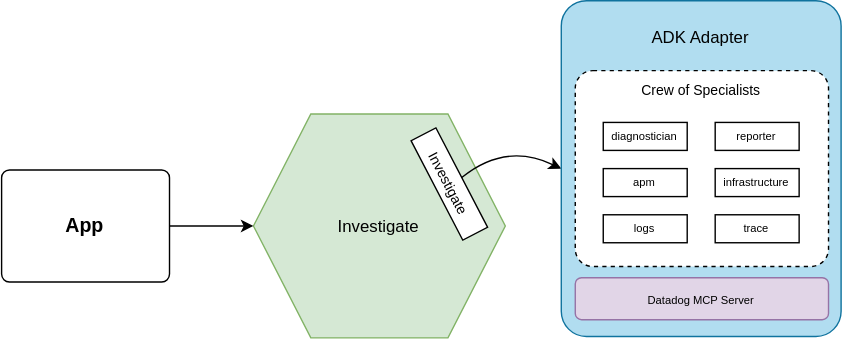
This is docs/diagrams/investigation.drawio.svg from EduardoFLima/alert-triage, a draw.io export, as it was before one commit. Source tidied: cells renumbered, new cells last; positions are measured from the earlier drawing's top-left corner, leaving out a move shared by most shapes. Source of this version:
```xml
<mxGraphModel>
  <root>
    <mxCell id="0" />
    <mxCell id="1" parent="0" />
    <mxCell id="2" value="Investigate" style="shape=hexagon;perimeter=hexagonPerimeter2;whiteSpace=wrap;html=1;shapeInside=1;fixedSize=1;size=41;fillColor=#d5e8d4;strokeColor=#82b366;" parent="1" vertex="1">
      <mxGeometry x="180" y="81" width="180" height="160" as="geometry" />
    </mxCell>
    <mxCell id="3" value="Investigate" style="rounded=1;whiteSpace=wrap;html=1;arcSize=0;rotation=62.5;fontSize=10;" parent="1" vertex="1">
      <mxGeometry x="280" y="121" width="80" height="20" as="geometry" />
    </mxCell>
    <mxCell id="4" style="rounded=0;jettySize=auto;html=1;exitX=0.5;exitY=0;exitDx=0;exitDy=0;entryX=0;entryY=0.5;entryDx=0;entryDy=0;curved=1;" parent="1" edge="1" source="3" target="8">
      <mxGeometry relative="1" as="geometry">
        <Array as="points">
          <mxPoint x="360" y="101" />
        </Array>
      </mxGeometry>
    </mxCell>
    <mxCell id="5" style="edgeStyle=orthogonalEdgeStyle;rounded=0;jettySize=auto;html=1;entryX=0;entryY=0.5;entryDx=0;entryDy=0;" parent="1" edge="1" source="6" target="2">
      <mxGeometry relative="1" as="geometry" />
    </mxCell>
    <mxCell id="6" value="&lt;span style=&quot;font-size: 14px;&quot;&gt;&lt;b&gt;App&lt;/b&gt;&lt;/span&gt;" style="rounded=1;whiteSpace=wrap;html=1;arcSize=7;" parent="1" vertex="1">
      <mxGeometry y="121" width="120" height="80" as="geometry" />
    </mxCell>
    <mxCell id="7" style="group;" parent="1" vertex="1">
      <mxGeometry x="400" width="200" height="240" as="geometry" />
    </mxCell>
    <mxCell id="8" value="ADK Adapter" style="rounded=1;whiteSpace=wrap;html=1;rotation=0;arcSize=9;verticalAlign=top;spacingTop=15;spacing=0;fillColor=#b1ddf0;strokeColor=#10739e;" parent="7" vertex="1">
      <mxGeometry width="200" height="240" as="geometry" />
    </mxCell>
    <mxCell id="9" value="&lt;span style=&quot;font-size: 10px;&quot;&gt;Crew of Specialists&lt;/span&gt;" style="rounded=1;whiteSpace=wrap;html=1;rotation=0;arcSize=9;verticalAlign=top;spacingTop=2;spacing=0;dashed=1;" parent="7" vertex="1">
      <mxGeometry x="10" y="50" width="181" height="140" as="geometry" />
    </mxCell>
    <mxCell id="10" value="diagnostician" style="rounded=0;whiteSpace=wrap;html=1;fontSize=8;" parent="7" vertex="1">
      <mxGeometry x="30" y="87" width="60" height="20" as="geometry" />
    </mxCell>
    <mxCell id="11" value="reporter" style="rounded=0;whiteSpace=wrap;html=1;fontSize=8;" parent="7" vertex="1">
      <mxGeometry x="110" y="87" width="60" height="20" as="geometry" />
    </mxCell>
    <mxCell id="12" value="apm" style="rounded=0;whiteSpace=wrap;html=1;fontSize=8;" parent="7" vertex="1">
      <mxGeometry x="30" y="120" width="60" height="20" as="geometry" />
    </mxCell>
    <mxCell id="13" value="infrastructure" style="rounded=0;whiteSpace=wrap;html=1;fontSize=8;" parent="7" vertex="1">
      <mxGeometry x="110" y="120" width="60" height="20" as="geometry" />
    </mxCell>
    <mxCell id="14" value="logs" style="rounded=0;whiteSpace=wrap;html=1;fontSize=8;" parent="7" vertex="1">
      <mxGeometry x="30" y="153" width="60" height="20" as="geometry" />
    </mxCell>
    <mxCell id="15" value="trace" style="rounded=0;whiteSpace=wrap;html=1;fontSize=8;" parent="7" vertex="1">
      <mxGeometry x="110" y="153" width="60" height="20" as="geometry" />
    </mxCell>
    <mxCell id="16" value="&lt;span style=&quot;font-size: 8px;&quot;&gt;Datadog MCP Server&lt;/span&gt;" style="rounded=1;whiteSpace=wrap;html=1;fillColor=#e1d5e7;strokeColor=#9673a6;" parent="7" vertex="1">
      <mxGeometry x="10" y="198" width="181" height="30" as="geometry" />
    </mxCell>
  </root>
</mxGraphModel>
```
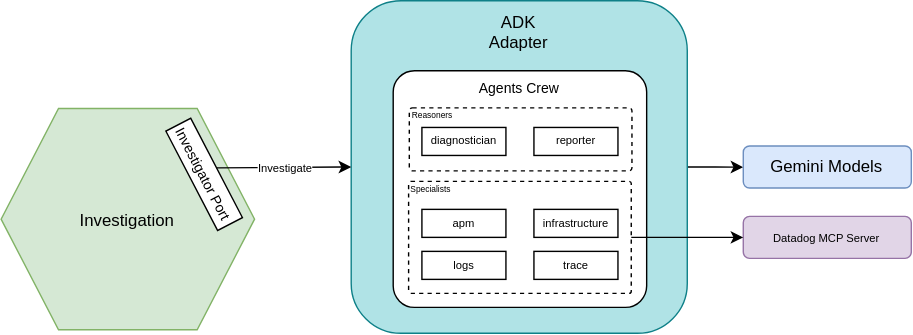
Later version of the same file.

The edit, as a diff of the source:
```diff
@@ -2,54 +2,59 @@
   <root>
     <mxCell id="0" />
     <mxCell id="1" parent="0" />
-    <mxCell id="2" value="Investigate" style="shape=hexagon;perimeter=hexagonPerimeter2;whiteSpace=wrap;html=1;shapeInside=1;fixedSize=1;size=41;fillColor=#d5e8d4;strokeColor=#82b366;" parent="1" vertex="1">
-      <mxGeometry x="180" y="81" width="180" height="160" as="geometry" />
+    <mxCell id="2" value="&lt;span style=&quot;font-size: 8px;&quot;&gt;Datadog MCP Server&lt;/span&gt;" style="rounded=1;whiteSpace=wrap;html=1;fillColor=#e1d5e7;strokeColor=#9673a6;" parent="1" vertex="1">
+      <mxGeometry x="560" y="95" width="120" height="30" as="geometry" />
     </mxCell>
-    <mxCell id="3" value="Investigate" style="rounded=1;whiteSpace=wrap;html=1;arcSize=0;rotation=62.5;fontSize=10;" parent="1" vertex="1">
-      <mxGeometry x="280" y="121" width="80" height="20" as="geometry" />
+    <mxCell id="3" style="edgeStyle=orthogonalEdgeStyle;rounded=0;jettySize=auto;html=1;" parent="1" edge="1" source="4" target="7">
+      <mxGeometry relative="1" as="geometry" />
     </mxCell>
-    <mxCell id="4" style="rounded=0;jettySize=auto;html=1;exitX=0.5;exitY=0;exitDx=0;exitDy=0;entryX=0;entryY=0.5;entryDx=0;entryDy=0;curved=1;" parent="1" edge="1" source="3" target="8">
-      <mxGeometry relative="1" as="geometry">
-        <Array as="points">
-          <mxPoint x="360" y="101" />
-        </Array>
-      </mxGeometry>
+    <mxCell id="4" value="ADK&lt;br&gt;Adapter" style="rounded=1;whiteSpace=wrap;html=1;rotation=0;fillColor=#b0e3e6;strokeColor=#0e8088;verticalAlign=top;spacingTop=2;" parent="1" vertex="1">
+      <mxGeometry x="280" y="-59" width="240" height="237.5" as="geometry" />
     </mxCell>
-    <mxCell id="5" style="edgeStyle=orthogonalEdgeStyle;rounded=0;jettySize=auto;html=1;entryX=0;entryY=0.5;entryDx=0;entryDy=0;" parent="1" edge="1" source="6" target="2">
-      <mxGeometry relative="1" as="geometry" />
+    <mxCell id="5" value="Investigation" style="shape=hexagon;perimeter=hexagonPerimeter2;whiteSpace=wrap;html=1;shapeInside=1;fixedSize=1;size=41;fillColor=#d5e8d4;strokeColor=#82b366;" parent="1" vertex="1">
+      <mxGeometry x="30" y="18" width="181" height="158" as="geometry" />
     </mxCell>
-    <mxCell id="6" value="&lt;span style=&quot;font-size: 14px;&quot;&gt;&lt;b&gt;App&lt;/b&gt;&lt;/span&gt;" style="rounded=1;whiteSpace=wrap;html=1;arcSize=7;" parent="1" vertex="1">
-      <mxGeometry y="121" width="120" height="80" as="geometry" />
+    <mxCell id="6" value="Investigator Port" style="rounded=1;whiteSpace=wrap;html=1;arcSize=0;rotation=62.5;fontSize=10;" parent="1" vertex="1">
+      <mxGeometry x="135" y="55" width="80" height="20" as="geometry" />
     </mxCell>
-    <mxCell id="7" style="group;" parent="1" vertex="1">
-      <mxGeometry x="400" width="200" height="240" as="geometry" />
+    <mxCell id="7" value="Gemini Models" style="rounded=1;whiteSpace=wrap;html=1;fillColor=#dae8fc;strokeColor=#6c8ebf;" parent="1" vertex="1">
+      <mxGeometry x="560" y="44.8" width="120" height="30" as="geometry" />
     </mxCell>
-    <mxCell id="8" value="ADK Adapter" style="rounded=1;whiteSpace=wrap;html=1;rotation=0;arcSize=9;verticalAlign=top;spacingTop=15;spacing=0;fillColor=#b1ddf0;strokeColor=#10739e;" parent="7" vertex="1">
-      <mxGeometry width="200" height="240" as="geometry" />
+    <mxCell id="8" style="group;" parent="1" vertex="1">
+      <mxGeometry x="310" y="-9" width="181" height="169" as="geometry" />
     </mxCell>
-    <mxCell id="9" value="&lt;span style=&quot;font-size: 10px;&quot;&gt;Crew of Specialists&lt;/span&gt;" style="rounded=1;whiteSpace=wrap;html=1;rotation=0;arcSize=9;verticalAlign=top;spacingTop=2;spacing=0;dashed=1;" parent="7" vertex="1">
-      <mxGeometry x="10" y="50" width="181" height="140" as="geometry" />
+    <mxCell id="9" value="&lt;span style=&quot;font-size: 10px;&quot;&gt;Agents Crew&lt;/span&gt;" style="rounded=1;whiteSpace=wrap;html=1;rotation=0;arcSize=9;verticalAlign=top;spacingTop=0;spacing=0;" parent="8" vertex="1">
+      <mxGeometry width="181" height="169" as="geometry" />
     </mxCell>
-    <mxCell id="10" value="diagnostician" style="rounded=0;whiteSpace=wrap;html=1;fontSize=8;" parent="7" vertex="1">
-      <mxGeometry x="30" y="87" width="60" height="20" as="geometry" />
+    <mxCell id="10" value="&lt;font&gt;Reasoners&lt;/font&gt;" style="rounded=1;whiteSpace=wrap;html=1;dashed=1;verticalAlign=top;align=left;fontSize=6;spacing=0;spacingLeft=2;spacingTop=-2;arcSize=5;" parent="8" vertex="1">
+      <mxGeometry x="11.5" y="26.5" width="159" height="45" as="geometry" />
     </mxCell>
-    <mxCell id="11" value="reporter" style="rounded=0;whiteSpace=wrap;html=1;fontSize=8;" parent="7" vertex="1">
-      <mxGeometry x="110" y="87" width="60" height="20" as="geometry" />
+    <mxCell id="11" value="diagnostician" style="rounded=0;whiteSpace=wrap;html=1;fontSize=8;" parent="8" vertex="1">
+      <mxGeometry x="20.5" y="40.5" width="60" height="20" as="geometry" />
     </mxCell>
-    <mxCell id="12" value="apm" style="rounded=0;whiteSpace=wrap;html=1;fontSize=8;" parent="7" vertex="1">
-      <mxGeometry x="30" y="120" width="60" height="20" as="geometry" />
+    <mxCell id="12" value="reporter" style="rounded=0;whiteSpace=wrap;html=1;fontSize=8;" parent="8" vertex="1">
+      <mxGeometry x="100.5" y="40.5" width="60" height="20" as="geometry" />
     </mxCell>
-    <mxCell id="13" value="infrastructure" style="rounded=0;whiteSpace=wrap;html=1;fontSize=8;" parent="7" vertex="1">
-      <mxGeometry x="110" y="120" width="60" height="20" as="geometry" />
+    <mxCell id="13" value="&lt;font&gt;Specialists&lt;/font&gt;" style="rounded=1;whiteSpace=wrap;html=1;dashed=1;verticalAlign=top;align=left;fontSize=6;spacing=0;spacingLeft=2;spacingTop=-2;arcSize=2;" parent="8" vertex="1">
+      <mxGeometry x="11" y="79" width="159" height="80" as="geometry" />
     </mxCell>
-    <mxCell id="14" value="logs" style="rounded=0;whiteSpace=wrap;html=1;fontSize=8;" parent="7" vertex="1">
-      <mxGeometry x="30" y="153" width="60" height="20" as="geometry" />
+    <mxCell id="14" value="apm" style="rounded=0;whiteSpace=wrap;html=1;fontSize=8;" parent="8" vertex="1">
+      <mxGeometry x="20.5" y="99" width="60" height="20" as="geometry" />
     </mxCell>
-    <mxCell id="15" value="trace" style="rounded=0;whiteSpace=wrap;html=1;fontSize=8;" parent="7" vertex="1">
-      <mxGeometry x="110" y="153" width="60" height="20" as="geometry" />
+    <mxCell id="15" value="infrastructure" style="rounded=0;whiteSpace=wrap;html=1;fontSize=8;" parent="8" vertex="1">
+      <mxGeometry x="100.5" y="99" width="60" height="20" as="geometry" />
     </mxCell>
-    <mxCell id="16" value="&lt;span style=&quot;font-size: 8px;&quot;&gt;Datadog MCP Server&lt;/span&gt;" style="rounded=1;whiteSpace=wrap;html=1;fillColor=#e1d5e7;strokeColor=#9673a6;" parent="7" vertex="1">
-      <mxGeometry x="10" y="198" width="181" height="30" as="geometry" />
+    <mxCell id="16" value="logs" style="rounded=0;whiteSpace=wrap;html=1;fontSize=8;" parent="8" vertex="1">
+      <mxGeometry x="20.5" y="129" width="60" height="20" as="geometry" />
     </mxCell>
+    <mxCell id="17" value="trace" style="rounded=0;whiteSpace=wrap;html=1;fontSize=8;" parent="8" vertex="1">
+      <mxGeometry x="100.5" y="129" width="60" height="20" as="geometry" />
+    </mxCell>
+    <mxCell id="18" value="&lt;font style=&quot;font-size: 8px;&quot;&gt;Investigate&lt;/font&gt;" style="rounded=0;jettySize=auto;html=1;entryX=0;entryY=0.5;entryDx=0;entryDy=0;exitX=0.5;exitY=0;exitDx=0;exitDy=0;" parent="1" edge="1" source="6" target="4">
+      <mxGeometry x="0.01" relative="1" as="geometry" />
+    </mxCell>
+    <mxCell id="19" style="edgeStyle=orthogonalEdgeStyle;rounded=0;jettySize=auto;html=1;entryX=0;entryY=0.5;entryDx=0;entryDy=0;exitX=1;exitY=0.5;exitDx=0;exitDy=0;" parent="1" edge="1" source="13" target="2">
+      <mxGeometry relative="1" as="geometry" />
+    </mxCell>
   </root>
 </mxGraphModel>
```
